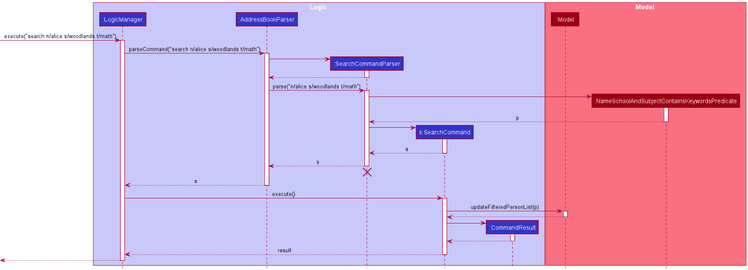
Earlier version of the PlantUML export docs/images/SearchSequenceDiagram.png (nus-cs2103-AY2021S2/tp). Source of this version:
```plantuml
@startuml
!include style.puml

box Logic LOGIC_COLOR_T1
participant ":LogicManager" as LogicManager LOGIC_COLOR
participant ":AddressBookParser" as AddressBookParser LOGIC_COLOR
participant ":SearchCommandParser" as SearchCommandParser LOGIC_COLOR
participant "s:SearchCommand" as SearchCommand LOGIC_COLOR
participant ":CommandResult" as CommandResult LOGIC_COLOR
end box

box Model MODEL_COLOR_T1
participant ":Model" as Model MODEL_COLOR
participant ":NameSchoolAndSubjectContainsKeywordsPredicate" as NameSchoolAndSubjectContainsKeywordsPredicate MODEL_COLOR
end box

[-> LogicManager : execute("search n/alice s/woodlands t/math")
activate LogicManager

LogicManager -> AddressBookParser : parseCommand("search n/alice s/woodlands t/math")
activate AddressBookParser

create SearchCommandParser
AddressBookParser -> SearchCommandParser
activate SearchCommandParser

SearchCommandParser --> AddressBookParser
deactivate SearchCommandParser

AddressBookParser -> SearchCommandParser : parse("n/alice s/woodlands t/math")
activate SearchCommandParser

create NameSchoolAndSubjectContainsKeywordsPredicate
SearchCommandParser -> NameSchoolAndSubjectContainsKeywordsPredicate
activate NameSchoolAndSubjectContainsKeywordsPredicate

NameSchoolAndSubjectContainsKeywordsPredicate --> SearchCommandParser : p
deactivate NameSchoolAndSubjectContainsKeywordsPredicate

create SearchCommand
SearchCommandParser -> SearchCommand
activate SearchCommand

SearchCommand --> SearchCommandParser : s
deactivate SearchCommand

SearchCommandParser --> AddressBookParser : s
deactivate SearchCommandParser
SearchCommandParser -[hidden]-> AddressBookParser
destroy SearchCommandParser

AddressBookParser --> LogicManager : s
deactivate AddressBookParser

LogicManager -> SearchCommand : execute()
activate SearchCommand

SearchCommand -> Model : updateFilteredPersonList(p)
activate Model

Model --> SearchCommand
deactivate Model

create CommandResult
SearchCommand -> CommandResult
activate CommandResult

CommandResult --> SearchCommand
deactivate CommandResult

SearchCommand --> LogicManager : result
deactivate SearchCommand

[<--LogicManager
deactivate LogicManager
@enduml
```
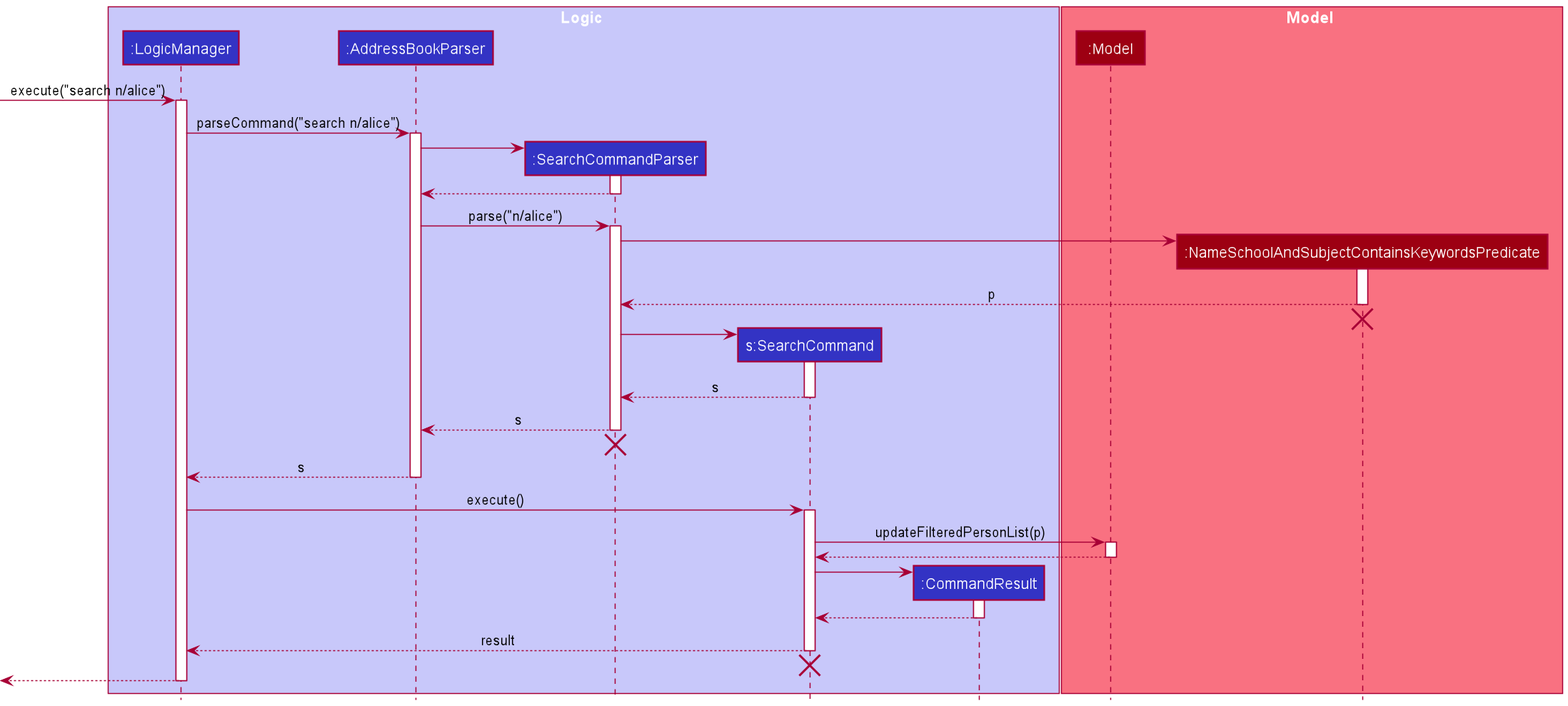
Above is the later version.

Change to the diagram source:
```diff
@@ -14,10 +14,10 @@
 participant ":NameSchoolAndSubjectContainsKeywordsPredicate" as NameSchoolAndSubjectContainsKeywordsPredicate MODEL_COLOR
 end box
 
-[-> LogicManager : execute("search n/alice s/woodlands t/math")
+[-> LogicManager : execute("search n/alice")
 activate LogicManager
 
-LogicManager -> AddressBookParser : parseCommand("search n/alice s/woodlands t/math")
+LogicManager -> AddressBookParser : parseCommand("search n/alice")
 activate AddressBookParser
 
 create SearchCommandParser
@@ -27,7 +27,7 @@
 SearchCommandParser --> AddressBookParser
 deactivate SearchCommandParser
 
-AddressBookParser -> SearchCommandParser : parse("n/alice s/woodlands t/math")
+AddressBookParser -> SearchCommandParser : parse("n/alice")
 activate SearchCommandParser
 
 create NameSchoolAndSubjectContainsKeywordsPredicate
@@ -36,6 +36,8 @@
 
 NameSchoolAndSubjectContainsKeywordsPredicate --> SearchCommandParser : p
 deactivate NameSchoolAndSubjectContainsKeywordsPredicate
+NameSchoolAndSubjectContainsKeywordsPredicate -[hidden]-> SearchCommandParser
+destroy NameSchoolAndSubjectContainsKeywordsPredicate
 
 create SearchCommand
 SearchCommandParser -> SearchCommand
@@ -70,6 +72,8 @@
 
 SearchCommand --> LogicManager : result
 deactivate SearchCommand
+SearchCommand -[hidden]-> LogicManager
+destroy SearchCommand
 
 [<--LogicManager
 deactivate LogicManager
```
